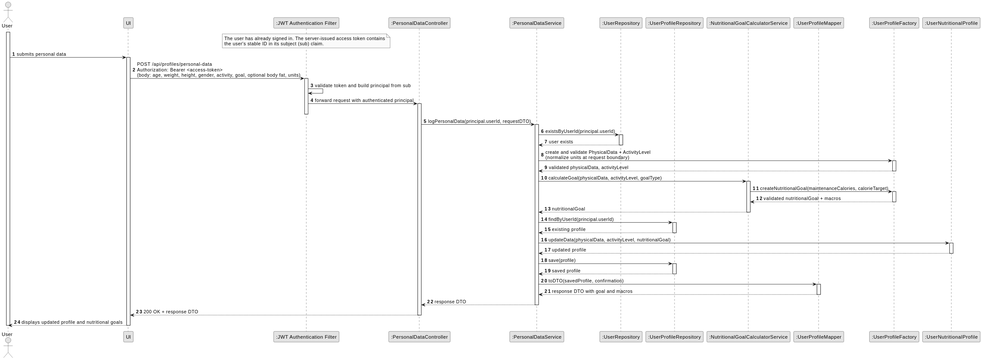
Earlier version of the PlantUML export backend/docs/US001/US001_SD.svg (Pedro-P21/FitMaxxer).
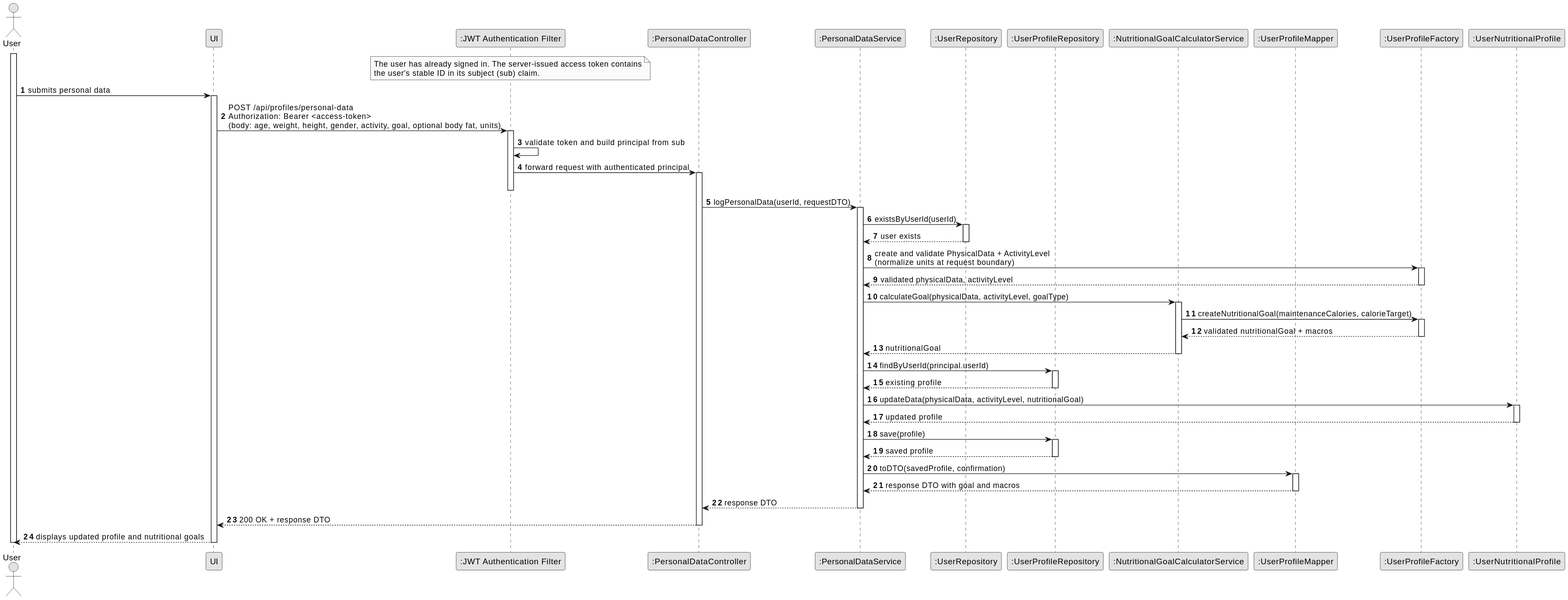
After the change.

The edit, as a diff of the source:
```diff
@@ -32,10 +32,10 @@
 activate Ctrl
 deactivate Auth
 
-Ctrl -> Svc : logPersonalData(principal.userId, requestDTO)
+Ctrl -> Svc : logPersonalData(userId, requestDTO)
 activate Svc
 
-Svc -> UserRepo : existsByUserId(principal.userId)
+Svc -> UserRepo : existsByUserId(userId)
 activate UserRepo
 UserRepo --> Svc : user exists
 deactivate UserRepo
```
